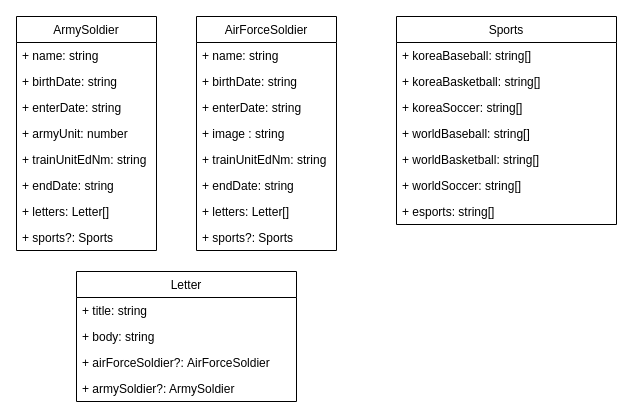
The draw.io diagram src/models/model.drawio in korECM/ArmyLetterServer, before the edit. Source tidied: cells renumbered, new cells numbered last; positions are measured from the earlier drawing's top-left corner, leaving out a move shared by most shapes. Both pictures are drawn from the tidied source at 100%, with x=0, y=0 at pixel (16, 16).
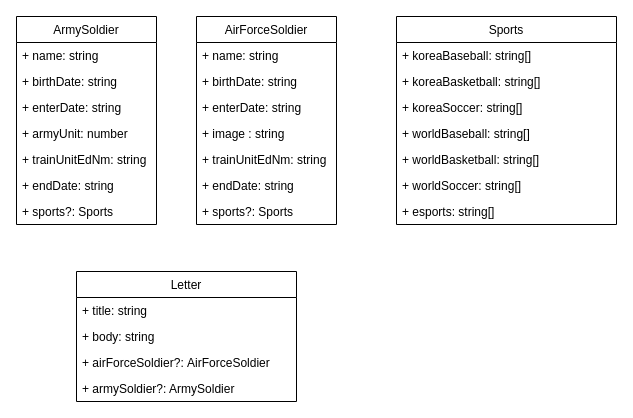
The same page after the edit.

Change to the diagram source:
```diff
@@
     <mxCell id="2" value="AirForceSoldier" style="swimlane;fontStyle=0;horizontal=1;startSize=26;fillColor=none;" parent="1" vertex="1">
-      <mxGeometry x="180" width="140" height="234" as="geometry" />
+      <mxGeometry x="180" width="140" height="208" as="geometry" />
     </mxCell>
@@
-    <mxCell id="9" value="+ letters: Letter[]" style="text;strokeColor=none;fillColor=none;align=left;verticalAlign=top;spacingLeft=4;spacingRight=4;overflow=hidden;" parent="2" vertex="1">
-      <mxGeometry y="182" width="140" height="26" as="geometry" />
-    </mxCell>
     <mxCell id="10" value="+ sports?: Sports" style="text;strokeColor=none;fillColor=none;align=left;verticalAlign=top;spacingLeft=4;spacingRight=4;overflow=hidden;" parent="2" vertex="1">
-      <mxGeometry y="208" width="140" height="26" as="geometry" />
+      <mxGeometry y="182" width="140" height="26" as="geometry" />
     </mxCell>
     <mxCell id="11" value="ArmySoldier" style="swimlane;fontStyle=0;horizontal=1;startSize=26;fillColor=none;" parent="1" vertex="1">
-      <mxGeometry width="140" height="234" as="geometry" />
+      <mxGeometry width="140" height="208" as="geometry" />
     </mxCell>
@@
-    <mxCell id="18" value="+ letters: Letter[]" style="text;strokeColor=none;fillColor=none;align=left;verticalAlign=top;spacingLeft=4;spacingRight=4;overflow=hidden;" parent="11" vertex="1">
-      <mxGeometry y="182" width="140" height="26" as="geometry" />
-    </mxCell>
     <mxCell id="19" value="+ sports?: Sports" style="text;strokeColor=none;fillColor=none;align=left;verticalAlign=top;spacingLeft=4;spacingRight=4;overflow=hidden;" parent="11" vertex="1">
-      <mxGeometry y="208" width="140" height="26" as="geometry" />
+      <mxGeometry y="182" width="140" height="26" as="geometry" />
     </mxCell>
```
